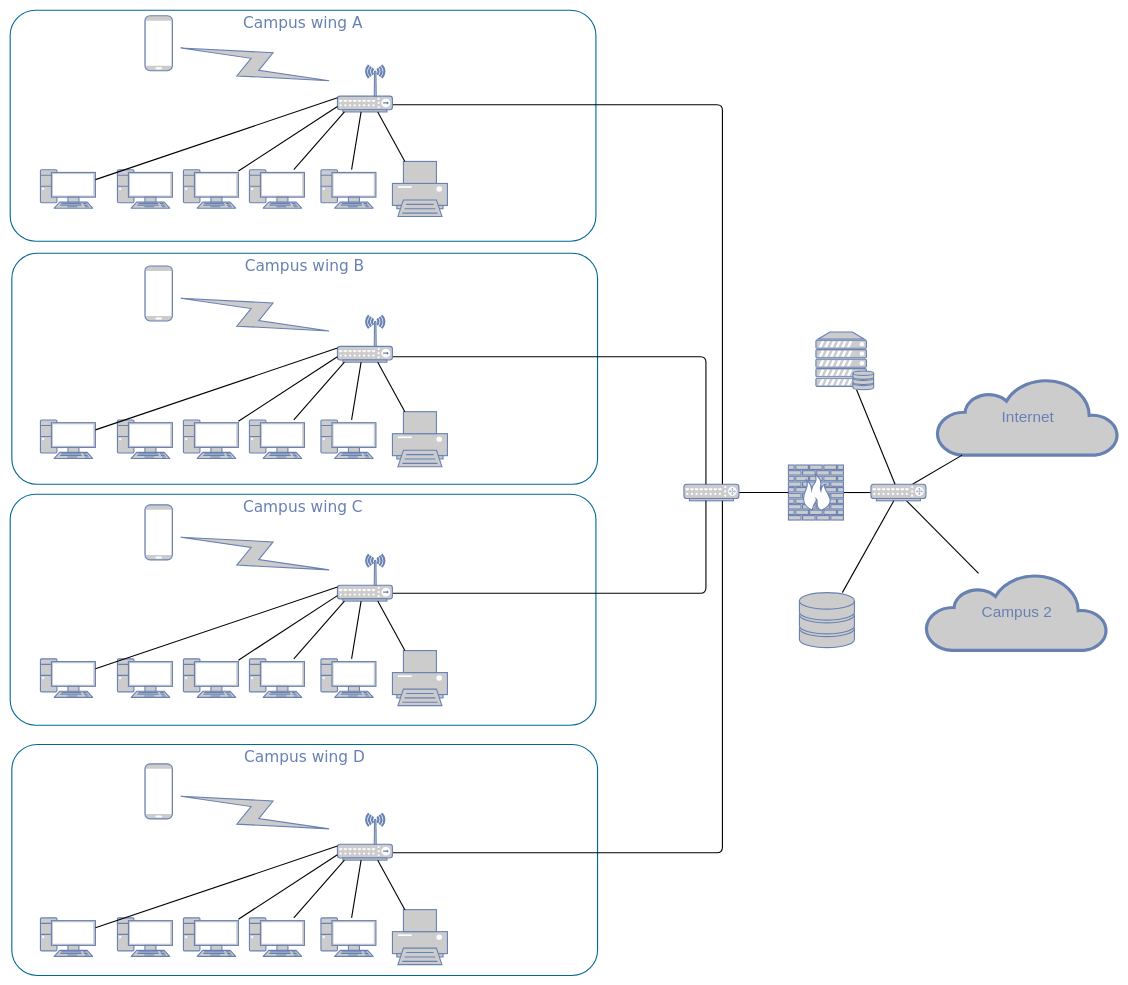
Above: 제목 없는 다이어그램.drawio in LeeWonchan4531/PHP-D-day-Timer (draw.io), before the change. Source tidied: cells renumbered, new cells numbered last; positions are measured from the earlier drawing's top-left corner, leaving out a move shared by most shapes. Both pictures are drawn from the tidied source at 55%, with x=0, y=0 at pixel (10, 10).
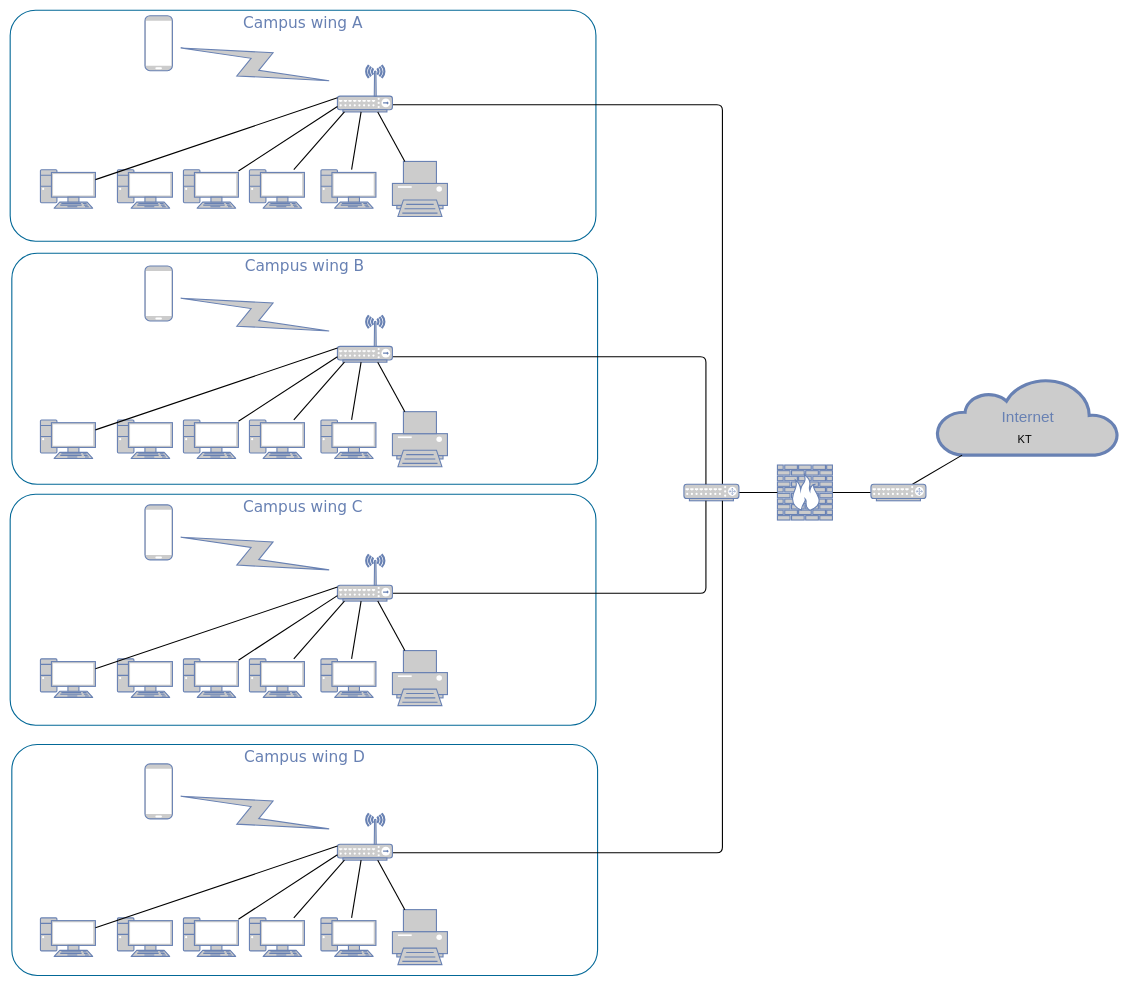
Above is the later version.

Commit message:
제목 없는 다이어그램.drawio 업데이트

The change refers to these unchanged cells:
```xml
<mxCell id="58" style="fontColor=#0066CC;verticalAlign=top;verticalLabelPosition=bottom;labelPosition=center;align=center;html=1;fillColor=#CCCCCC;strokeColor=#6881B3;gradientColor=none;gradientDirection=north;strokeWidth=2;shape=mxgraph.networks.router;rounded=0;shadow=0;comic=0;" parent="1" vertex="1">
  <mxGeometry x="1565" y="862" width="100" height="30" as="geometry" />
</mxCell>
```

Change to the diagram source:
```diff
@@
     <mxCell id="7" style="fontColor=#0066CC;verticalAlign=top;verticalLabelPosition=bottom;labelPosition=center;align=center;html=1;fillColor=#CCCCCC;strokeColor=#6881B3;gradientColor=none;gradientDirection=north;strokeWidth=2;shape=mxgraph.networks.firewall;rounded=0;shadow=0;comic=0;" parent="1" vertex="1">
-      <mxGeometry x="1415" y="827" width="100" height="100" as="geometry" />
+      <mxGeometry x="1395" y="827" width="100" height="100" as="geometry" />
     </mxCell>
@@
-    <mxCell id="57" style="edgeStyle=none;html=1;labelBackgroundColor=none;endArrow=none;endFill=0;strokeWidth=2;fontFamily=Verdana;fontSize=28;fontColor=#6881B3;" parent="1" edge="1" source="58" target="78">
-      <mxGeometry relative="1" as="geometry" />
-    </mxCell>
@@
-    <mxCell id="59" style="edgeStyle=none;html=1;labelBackgroundColor=none;endArrow=none;endFill=0;strokeWidth=2;fontFamily=Verdana;fontSize=28;fontColor=#6881B3;" parent="1" edge="1" source="60" target="58">
-      <mxGeometry relative="1" as="geometry" />
-    </mxCell>
-    <mxCell id="60" style="fontColor=#0066CC;verticalAlign=top;verticalLabelPosition=bottom;labelPosition=center;align=center;html=1;fillColor=#CCCCCC;strokeColor=#6881B3;gradientColor=none;gradientDirection=north;strokeWidth=2;shape=mxgraph.networks.storage;rounded=0;shadow=0;comic=0;" parent="1" vertex="1">
-      <mxGeometry x="1435" y="1059" width="100" height="100" as="geometry" />
-    </mxCell>
-    <mxCell id="61" style="edgeStyle=none;html=1;labelBackgroundColor=none;endArrow=none;endFill=0;strokeWidth=2;fontFamily=Verdana;fontSize=28;fontColor=#6881B3;" parent="1" edge="1" source="62" target="58">
-      <mxGeometry relative="1" as="geometry" />
-    </mxCell>
-    <mxCell id="62" style="fontColor=#0066CC;verticalAlign=top;verticalLabelPosition=bottom;labelPosition=center;align=center;html=1;fillColor=#CCCCCC;strokeColor=#6881B3;gradientColor=none;gradientDirection=north;strokeWidth=2;shape=mxgraph.networks.server_storage;rounded=0;shadow=0;comic=0;" parent="1" vertex="1">
-      <mxGeometry x="1465" y="585" width="105" height="105" as="geometry" />
-    </mxCell>
@@
-    <mxCell id="78" value="Campus 2" style="html=1;fillColor=#CCCCCC;strokeColor=#6881B3;gradientColor=none;gradientDirection=north;strokeWidth=2;shape=mxgraph.networks.cloud;fontColor=#6881B3;rounded=0;shadow=0;comic=0;align=center;fontSize=28;" parent="1" vertex="1">
-      <mxGeometry x="1665" y="1024" width="330" height="140" as="geometry" />
-    </mxCell>
+    <mxCell id="79" value="&lt;font style=&quot;font-size: 20px;&quot;&gt;KT&lt;/font&gt;" style="text;html=1;strokeColor=none;fillColor=none;align=center;verticalAlign=middle;whiteSpace=wrap;rounded=0;" parent="1" vertex="1">
+      <mxGeometry x="1815" y="765" width="60" height="30" as="geometry" />
+    </mxCell>
```
